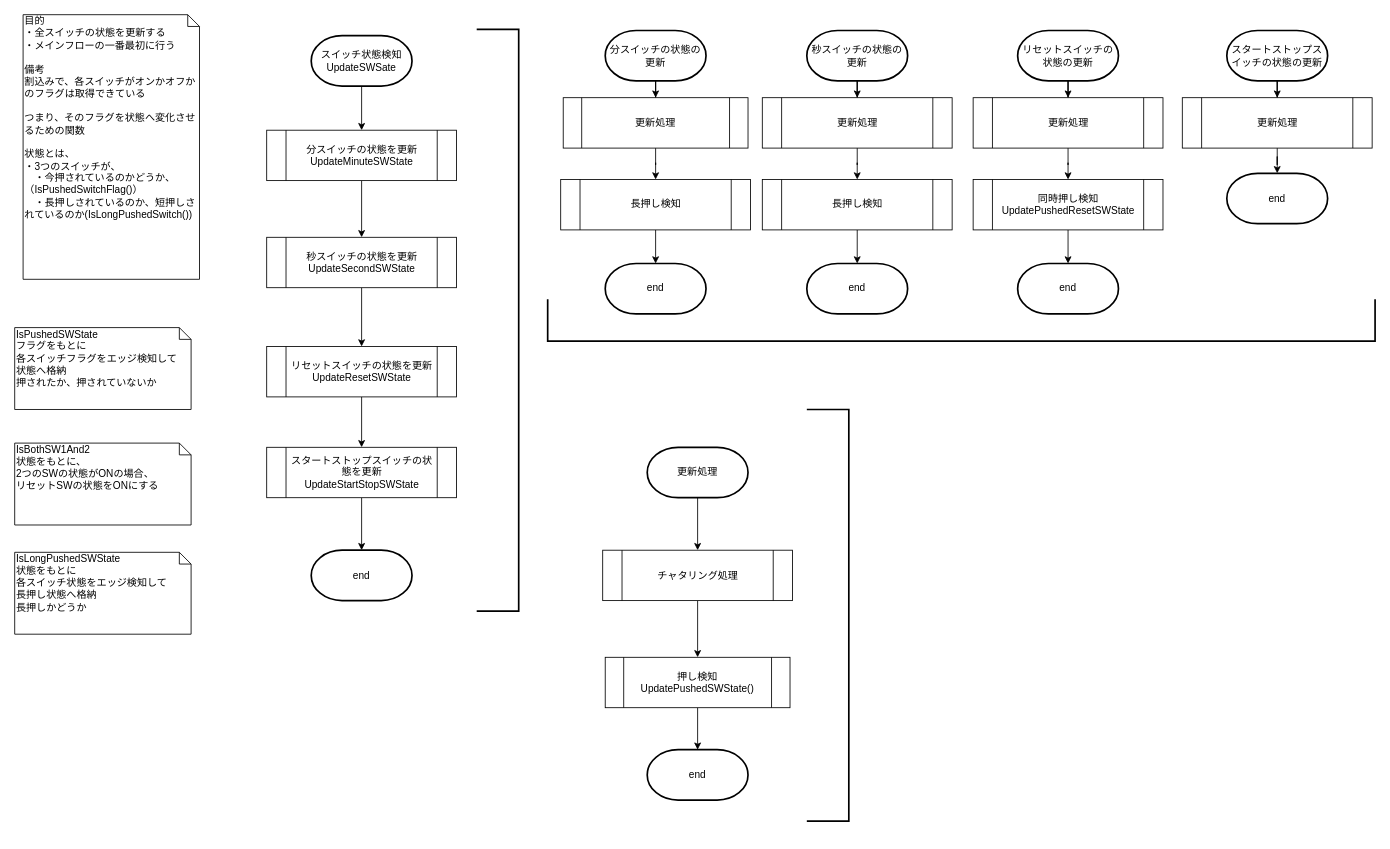
hakohumi/comp.Kitchen_Timer keeps this draw.io diagram as page "スイッチ状態検知" (1 of 8) of 資料/設計/フローチャート/InputClass/flowchart_InputClassv0.6.drawio. Above is the earlier version. Source tidied: cells renumbered, new cells numbered last; positions are measured from the earlier drawing's top-left corner, leaving out a move shared by most shapes. Both pictures are drawn from the tidied source at 84%, with x=0, y=0 at pixel (14, -94).
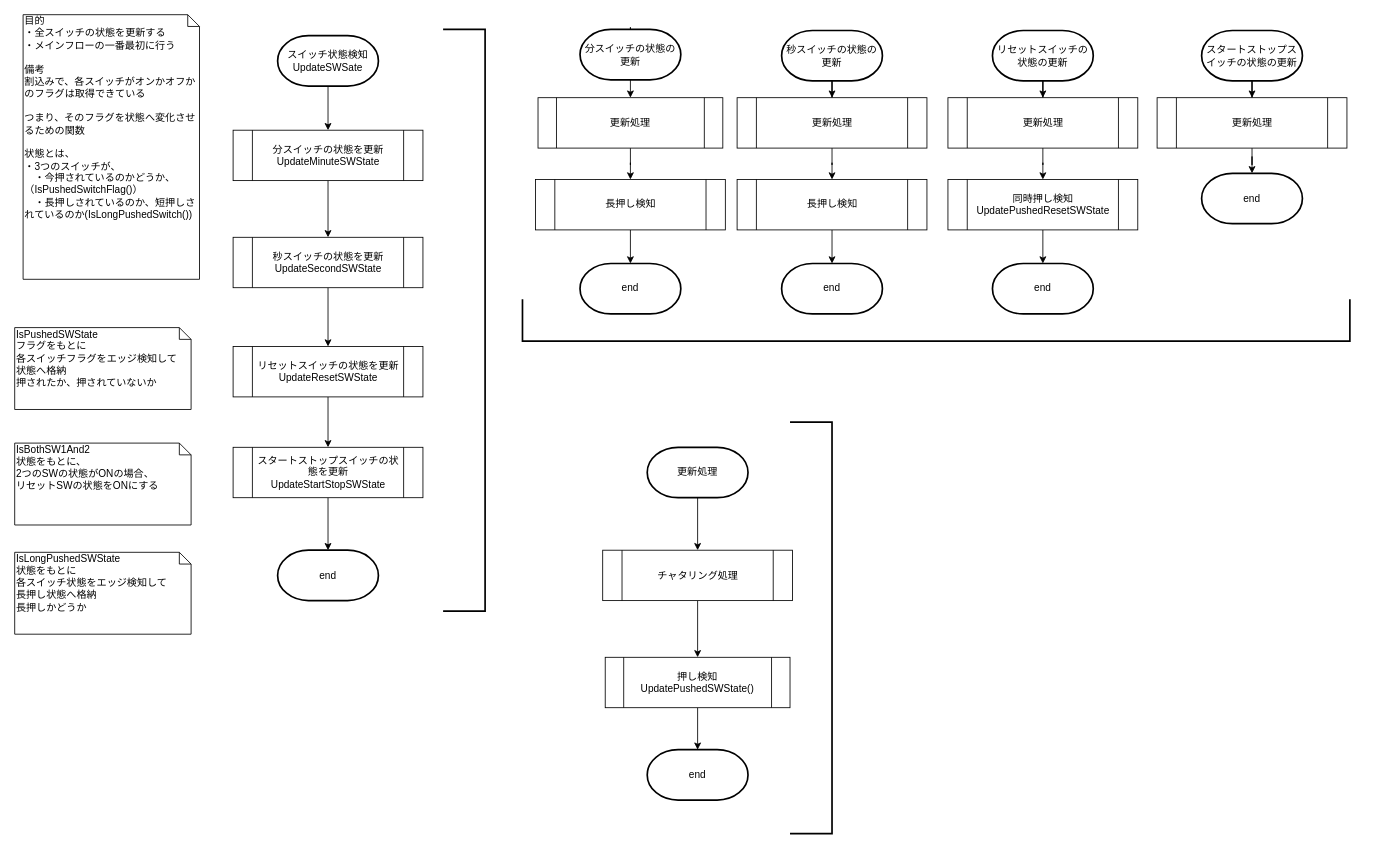
The same diagram, later.

The edit, as a diff of the source:
```diff
@@
     <mxCell id="7" value="スイッチ状態検知&lt;br&gt;UpdateSWSate" style="strokeWidth=2;html=1;shape=mxgraph.flowchart.terminator;whiteSpace=wrap;" parent="1" vertex="1">
-      <mxGeometry x="353" y="154" width="120" height="60" as="geometry" />
+      <mxGeometry x="313" y="154" width="120" height="60" as="geometry" />
     </mxCell>
@@
     <mxCell id="9" value="分スイッチの状態を更新&lt;br&gt;UpdateMinuteSWState" style="shape=process;whiteSpace=wrap;html=1;backgroundOutline=1;" parent="1" vertex="1">
-      <mxGeometry x="300" y="266.5" width="226" height="60" as="geometry" />
+      <mxGeometry x="260" y="266.5" width="226" height="60" as="geometry" />
     </mxCell>
@@
     <mxCell id="11" value="秒スイッチの状態を更新&lt;br&gt;UpdateSecondSWState" style="shape=process;whiteSpace=wrap;html=1;backgroundOutline=1;" parent="1" vertex="1">
-      <mxGeometry x="300" y="394" width="226" height="60" as="geometry" />
+      <mxGeometry x="260" y="394" width="226" height="60" as="geometry" />
     </mxCell>
@@
     <mxCell id="13" value="リセットスイッチの状態を更新&lt;br&gt;UpdateResetSWState" style="shape=process;whiteSpace=wrap;html=1;backgroundOutline=1;" parent="1" vertex="1">
-      <mxGeometry x="300" y="524" width="226" height="60" as="geometry" />
+      <mxGeometry x="260" y="524" width="226" height="60" as="geometry" />
     </mxCell>
     <mxCell id="14" value="end" style="strokeWidth=2;html=1;shape=mxgraph.flowchart.terminator;whiteSpace=wrap;" parent="1" vertex="1">
-      <mxGeometry x="353" y="766.5" width="120" height="60" as="geometry" />
+      <mxGeometry x="313" y="766.5" width="120" height="60" as="geometry" />
     </mxCell>
@@
     <mxCell id="16" value="スタートストップスイッチの状態を更新&lt;br&gt;UpdateStartStopSWState" style="shape=process;whiteSpace=wrap;html=1;backgroundOutline=1;" parent="1" vertex="1">
-      <mxGeometry x="300" y="644" width="226" height="60" as="geometry" />
+      <mxGeometry x="260" y="644" width="226" height="60" as="geometry" />
     </mxCell>
-    <mxCell id="17" style="edgeStyle=orthogonalEdgeStyle;rounded=0;jettySize=auto;html=1;" parent="1" edge="1" source="18" target="20">
-      <mxGeometry relative="1" as="geometry" />
+    <mxCell id="17" style="edgeStyle=orthogonalEdgeStyle;rounded=0;jettySize=auto;html=1;entryX=0.5;entryY=0;entryDx=0;entryDy=0;exitX=0.5;exitY=1;exitDx=0;exitDy=0;exitPerimeter=0;" parent="1" edge="1" source="18" target="20">
+      <mxGeometry relative="1" as="geometry">
+        <Array as="points">
+          <mxPoint x="733" y="144" />
+          <mxPoint x="733" y="144" />
+        </Array>
+      </mxGeometry>
     </mxCell>
     <mxCell id="18" value="分スイッチの状態の更新" style="strokeWidth=2;html=1;shape=mxgraph.flowchart.terminator;whiteSpace=wrap;" parent="1" vertex="1">
-      <mxGeometry x="703" y="147.8" width="120" height="60" as="geometry" />
+      <mxGeometry x="673" y="146.5" width="120" height="60" as="geometry" />
     </mxCell>
@@
     <mxCell id="20" value="更新処理" style="shape=process;whiteSpace=wrap;html=1;backgroundOutline=1;" parent="1" vertex="1">
-      <mxGeometry x="653" y="227.8" width="220" height="60" as="geometry" />
+      <mxGeometry x="623" y="227.8" width="220" height="60" as="geometry" />
     </mxCell>
     <mxCell id="21" value="end" style="strokeWidth=2;html=1;shape=mxgraph.flowchart.terminator;whiteSpace=wrap;" parent="1" vertex="1">
-      <mxGeometry x="703" y="425.2" width="120" height="60" as="geometry" />
+      <mxGeometry x="673" y="425.2" width="120" height="60" as="geometry" />
     </mxCell>
@@
     <mxCell id="23" value="秒スイッチの状態の更新" style="strokeWidth=2;html=1;shape=mxgraph.flowchart.terminator;whiteSpace=wrap;" parent="1" vertex="1">
-      <mxGeometry x="943" y="147.8" width="120" height="60" as="geometry" />
+      <mxGeometry x="913" y="147.8" width="120" height="60" as="geometry" />
     </mxCell>
@@
     <mxCell id="25" value="更新処理" style="shape=process;whiteSpace=wrap;html=1;backgroundOutline=1;" parent="1" vertex="1">
-      <mxGeometry x="890" y="227.8" width="226" height="60" as="geometry" />
+      <mxGeometry x="860" y="227.8" width="226" height="60" as="geometry" />
     </mxCell>
     <mxCell id="26" value="end" style="strokeWidth=2;html=1;shape=mxgraph.flowchart.terminator;whiteSpace=wrap;" parent="1" vertex="1">
-      <mxGeometry x="943" y="425.2" width="120" height="60" as="geometry" />
+      <mxGeometry x="913" y="425.2" width="120" height="60" as="geometry" />
     </mxCell>
@@
     <mxCell id="28" value="リセットスイッチの状態の更新" style="strokeWidth=2;html=1;shape=mxgraph.flowchart.terminator;whiteSpace=wrap;" parent="1" vertex="1">
-      <mxGeometry x="1194" y="147.8" width="120" height="60" as="geometry" />
+      <mxGeometry x="1164" y="147.8" width="120" height="60" as="geometry" />
     </mxCell>
@@
     <mxCell id="30" value="更新処理" style="shape=process;whiteSpace=wrap;html=1;backgroundOutline=1;" parent="1" vertex="1">
-      <mxGeometry x="1141" y="227.8" width="226" height="60" as="geometry" />
+      <mxGeometry x="1111" y="227.8" width="226" height="60" as="geometry" />
     </mxCell>
     <mxCell id="31" value="end" style="strokeWidth=2;html=1;shape=mxgraph.flowchart.terminator;whiteSpace=wrap;" parent="1" vertex="1">
-      <mxGeometry x="1194" y="425.2" width="120" height="60" as="geometry" />
+      <mxGeometry x="1164" y="425.2" width="120" height="60" as="geometry" />
     </mxCell>
@@
     <mxCell id="33" value="スタートストップスイッチの状態の更新" style="strokeWidth=2;html=1;shape=mxgraph.flowchart.terminator;whiteSpace=wrap;" parent="1" vertex="1">
-      <mxGeometry x="1443" y="147.8" width="120" height="60" as="geometry" />
+      <mxGeometry x="1413" y="147.8" width="120" height="60" as="geometry" />
     </mxCell>
@@
     <mxCell id="35" value="更新処理" style="shape=process;whiteSpace=wrap;html=1;backgroundOutline=1;" parent="1" vertex="1">
-      <mxGeometry x="1390" y="227.8" width="226" height="60" as="geometry" />
+      <mxGeometry x="1360" y="227.8" width="226" height="60" as="geometry" />
     </mxCell>
     <mxCell id="36" value="end" style="strokeWidth=2;html=1;shape=mxgraph.flowchart.terminator;whiteSpace=wrap;" parent="1" vertex="1">
-      <mxGeometry x="1443" y="317.8" width="120" height="60" as="geometry" />
+      <mxGeometry x="1413" y="317.8" width="120" height="60" as="geometry" />
     </mxCell>
@@
     <mxCell id="43" style="strokeWidth=2;html=1;shape=mxgraph.flowchart.annotation_1;align=left;rotation=-90;" parent="1" vertex="1">
-      <mxGeometry x="1102" y="0.2" width="50" height="985" as="geometry" />
+      <mxGeometry x="1072" y="0.2" width="50" height="985" as="geometry" />
     </mxCell>
     <mxCell id="44" style="strokeWidth=2;html=1;shape=mxgraph.flowchart.annotation_1;align=left;rotation=-180;" parent="1" vertex="1">
-      <mxGeometry x="550" y="146.5" width="50" height="692.5" as="geometry" />
+      <mxGeometry x="510" y="146.5" width="50" height="692.5" as="geometry" />
     </mxCell>
     <mxCell id="45" style="strokeWidth=2;html=1;shape=mxgraph.flowchart.annotation_1;align=left;rotation=-180;" parent="1" vertex="1">
-      <mxGeometry x="943" y="599" width="50" height="490" as="geometry" />
+      <mxGeometry x="923" y="614" width="50" height="490" as="geometry" />
     </mxCell>
@@
     <mxCell id="48" value="同時押し検知&lt;br&gt;UpdatePushedResetSWState" style="shape=process;whiteSpace=wrap;html=1;backgroundOutline=1;" parent="1" vertex="1">
-      <mxGeometry x="1141" y="325.2" width="226" height="60" as="geometry" />
+      <mxGeometry x="1111" y="325.2" width="226" height="60" as="geometry" />
     </mxCell>
-    <mxCell id="49" style="edgeStyle=orthogonalEdgeStyle;rounded=0;jettySize=auto;html=1;" parent="1" edge="1" source="50" target="21">
+    <mxCell id="49" style="edgeStyle=orthogonalEdgeStyle;rounded=0;jettySize=auto;html=1;entryX=0.5;entryY=0;entryDx=0;entryDy=0;entryPerimeter=0;exitX=0.5;exitY=1;exitDx=0;exitDy=0;" parent="1" edge="1" source="50" target="21">
       <mxGeometry relative="1" as="geometry" />
     </mxCell>
     <mxCell id="50" value="長押し検知" style="shape=process;whiteSpace=wrap;html=1;backgroundOutline=1;" parent="1" vertex="1">
-      <mxGeometry x="650" y="325.2" width="226" height="60" as="geometry" />
+      <mxGeometry x="620" y="325.2" width="226" height="60" as="geometry" />
     </mxCell>
@@
     <mxCell id="52" value="長押し検知" style="shape=process;whiteSpace=wrap;html=1;backgroundOutline=1;" parent="1" vertex="1">
-      <mxGeometry x="890" y="325.2" width="226" height="60" as="geometry" />
+      <mxGeometry x="860" y="325.2" width="226" height="60" as="geometry" />
     </mxCell>
```
